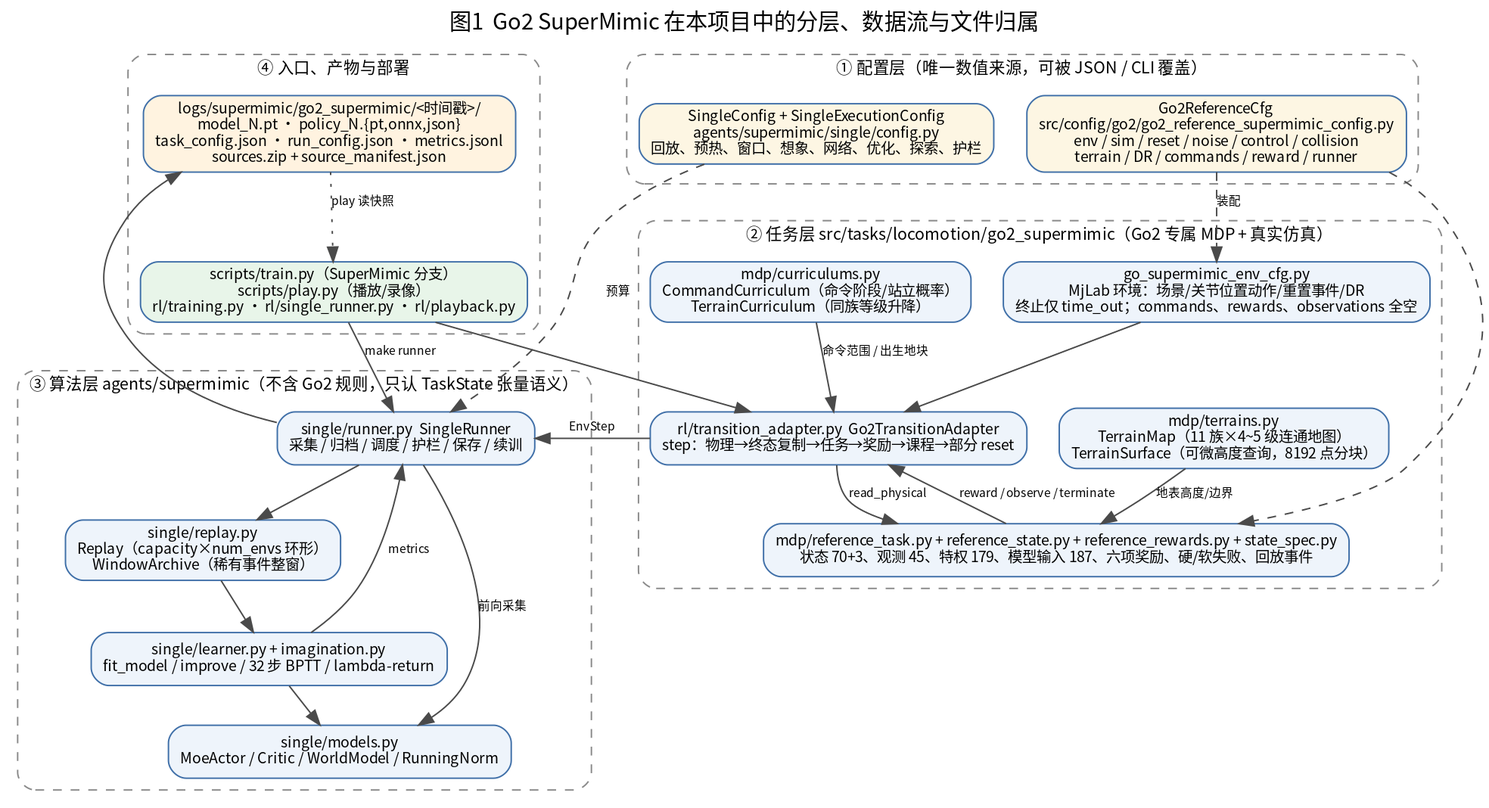
kkmjj0721/quadruped_lab keeps this Graphviz diagram as docs/analysis/figures/01-overview.png. Above is the earlier version. Its source is kept beside it as docs/analysis/figures/01-overview.dot.
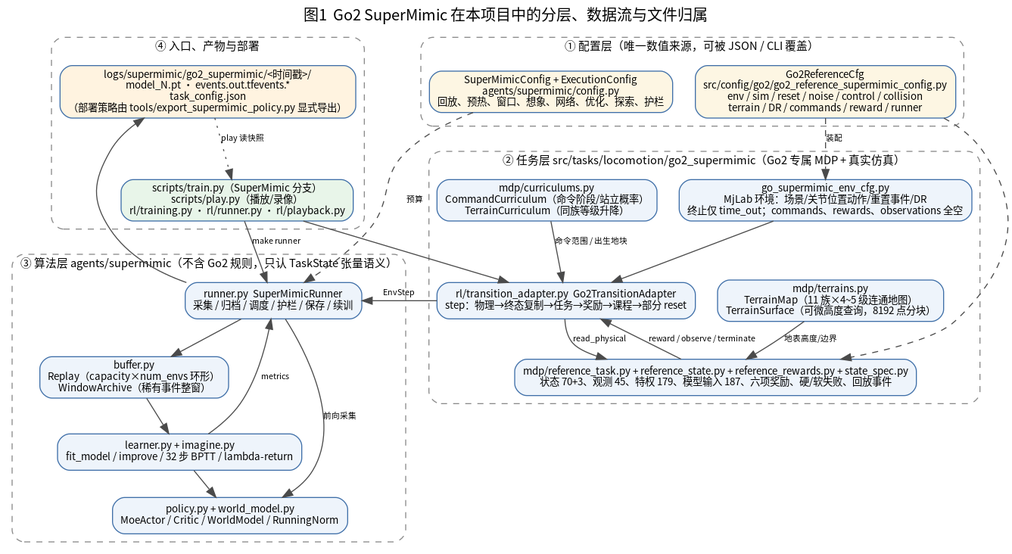
The same diagram one commit later.

The edit, as a diff of the source:
```diff
@@ -7,7 +7,7 @@
   subgraph cluster_cfg {
     label="① 配置层（唯一数值来源，可被 JSON / CLI 覆盖）"; style="rounded,dashed"; color="#8a8a8a"; fontsize=11;
     cfg1 [label="Go2ReferenceCfg\nsrc/config/go2/go2_reference_supermimic_config.py\nenv / sim / reset / noise / control / collision\nterrain / DR / commands / reward / runner", fillcolor="#fdf6e3"];
-    cfg2 [label="SingleConfig + SingleExecutionConfig\nagents/supermimic/single/config.py\n回放、预热、窗口、想象、网络、优化、探索、护栏", fillcolor="#fdf6e3"];
+    cfg2 [label="SuperMimicConfig + ExecutionConfig\nagents/supermimic/config.py\n回放、预热、窗口、想象、网络、优化、探索、护栏", fillcolor="#fdf6e3"];
   }
 
   subgraph cluster_task {
@@ -21,16 +21,16 @@
 
   subgraph cluster_agent {
     label="③ 算法层 agents/supermimic（不含 Go2 规则，只认 TaskState 张量语义）"; style="rounded,dashed"; color="#8a8a8a"; fontsize=11;
-    run  [label="single/runner.py  SingleRunner\n采集 / 归档 / 调度 / 护栏 / 保存 / 续训"];
-    rep  [label="single/replay.py\nReplay（capacity×num_envs 环形）\nWindowArchive（稀有事件整窗）"];
-    mdl  [label="single/models.py\nMoeActor / Critic / WorldModel / RunningNorm"];
-    lrn  [label="single/learner.py + imagination.py\nfit_model / improve / 32 步 BPTT / lambda-return"];
+    run  [label="runner.py  SuperMimicRunner\n采集 / 归档 / 调度 / 护栏 / 保存 / 续训"];
+    rep  [label="buffer.py\nReplay（capacity×num_envs 环形）\nWindowArchive（稀有事件整窗）"];
+    mdl  [label="policy.py + world_model.py\nMoeActor / Critic / WorldModel / RunningNorm"];
+    lrn  [label="learner.py + imagine.py\nfit_model / improve / 32 步 BPTT / lambda-return"];
   }
 
   subgraph cluster_io {
     label="④ 入口、产物与部署"; style="rounded,dashed"; color="#8a8a8a"; fontsize=11;
-    ent  [label="scripts/train.py（SuperMimic 分支）\nscripts/play.py（播放/录像）\nrl/training.py · rl/single_runner.py · rl/playback.py", fillcolor="#e8f5e9"];
-    out  [label="logs/supermimic/go2_supermimic/<时间戳>/\nmodel_N.pt · policy_N.{pt,onnx,json}\ntask_config.json · run_config.json · metrics.jsonl\nsources.zip + source_manifest.json", fillcolor="#fff3e0"];
+    ent  [label="scripts/train.py（SuperMimic 分支）\nscripts/play.py（播放/录像）\nrl/training.py · rl/runner.py · rl/playback.py", fillcolor="#e8f5e9"];
+    out  [label="logs/supermimic/go2_supermimic/<时间戳>/\nmodel_N.pt · events.out.tfevents.*\ntask_config.json\n（部署策略由 tools/export_supermimic_policy.py 显式导出）", fillcolor="#fff3e0"];
   }
 
   cfg1 -> env [style=dashed, label="装配"];
```
